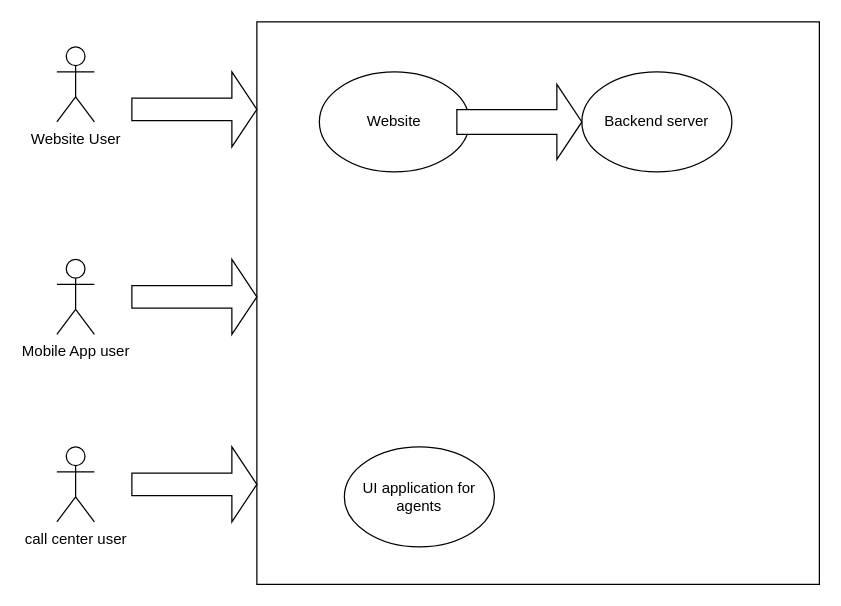
Above: Untitled Diagram.drawio in ravibabar/Assignment (draw.io), before the change. Source tidied: cells renumbered, new cells numbered last; positions are measured from the earlier drawing's top-left corner, leaving out a move shared by most shapes. Both pictures are drawn from the tidied source at 125%, with x=0, y=0 at pixel (56, 21).
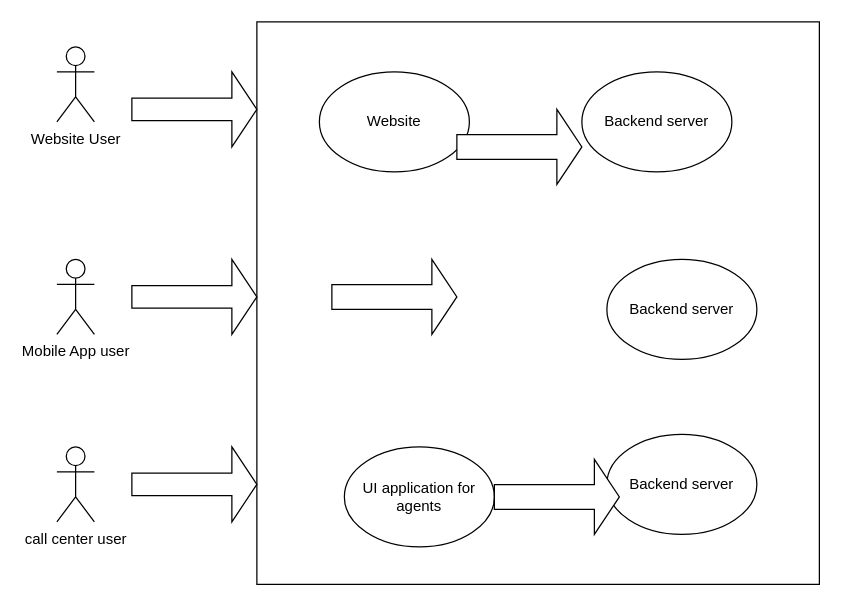
Above is the later version.

What changed in the source:
```diff
@@
 <mxGraphModel>
   <root>
     <mxCell id="0" />
     <mxCell id="1" parent="0" />
     <mxCell id="2" style="whiteSpace=wrap;html=1;" parent="1" vertex="1">
       <mxGeometry x="160" width="450" height="450" as="geometry" />
     </mxCell>
     <mxCell id="3" value="Website User&lt;br&gt;" style="shape=umlActor;verticalLabelPosition=bottom;verticalAlign=top;html=1;" parent="1" vertex="1">
       <mxGeometry y="20" width="30" height="60" as="geometry" />
     </mxCell>
     <mxCell id="4" value="Mobile App user&lt;br&gt;" style="shape=umlActor;verticalLabelPosition=bottom;verticalAlign=top;html=1;" parent="1" vertex="1">
       <mxGeometry y="190" width="30" height="60" as="geometry" />
     </mxCell>
     <mxCell id="5" value="call center user" style="shape=umlActor;verticalLabelPosition=bottom;verticalAlign=top;html=1;" parent="1" vertex="1">
       <mxGeometry y="340" width="30" height="60" as="geometry" />
     </mxCell>
     <mxCell id="6" value="Website" style="ellipse;whiteSpace=wrap;html=1;" parent="1" vertex="1">
       <mxGeometry x="210" y="40" width="120" height="80" as="geometry" />
     </mxCell>
     <mxCell id="7" value="Backend server" style="ellipse;whiteSpace=wrap;html=1;" parent="1" vertex="1">
       <mxGeometry x="420" y="40" width="120" height="80" as="geometry" />
     </mxCell>
     <mxCell id="8" value="UI application for agents" style="ellipse;whiteSpace=wrap;html=1;" parent="1" vertex="1">
       <mxGeometry x="230" y="340" width="120" height="80" as="geometry" />
     </mxCell>
     <mxCell id="9" style="shape=singleArrow;whiteSpace=wrap;html=1;" parent="1" vertex="1">
       <mxGeometry x="60" y="40" width="100" height="60" as="geometry" />
     </mxCell>
     <mxCell id="10" style="shape=singleArrow;whiteSpace=wrap;html=1;" parent="1" vertex="1">
       <mxGeometry x="60" y="190" width="100" height="60" as="geometry" />
     </mxCell>
     <mxCell id="11" style="shape=singleArrow;whiteSpace=wrap;html=1;" parent="1" vertex="1">
       <mxGeometry x="60" y="340" width="100" height="60" as="geometry" />
     </mxCell>
     <mxCell id="12" style="html=1;shadow=0;dashed=0;align=center;verticalAlign=middle;shape=mxgraph.arrows2.arrow;dy=0.67;dx=20;notch=0;" parent="1" vertex="1">
-      <mxGeometry x="320" y="50" width="100" height="60" as="geometry" />
+      <mxGeometry x="320" y="70" width="100" height="60" as="geometry" />
     </mxCell>
+    <mxCell id="13" value="Backend server" style="ellipse;whiteSpace=wrap;html=1;" parent="1" vertex="1">
+      <mxGeometry x="440" y="330" width="120" height="80" as="geometry" />
+    </mxCell>
+    <mxCell id="14" value="Backend server" style="ellipse;whiteSpace=wrap;html=1;" parent="1" vertex="1">
+      <mxGeometry x="440" y="190" width="120" height="80" as="geometry" />
+    </mxCell>
+    <mxCell id="15" style="html=1;shadow=0;dashed=0;align=center;verticalAlign=middle;shape=mxgraph.arrows2.arrow;dy=0.67;dx=20;notch=0;" parent="1" vertex="1">
+      <mxGeometry x="350" y="350" width="100" height="60" as="geometry" />
+    </mxCell>
+    <mxCell id="16" style="html=1;shadow=0;dashed=0;align=center;verticalAlign=middle;shape=mxgraph.arrows2.arrow;dy=0.67;dx=20;notch=0;" parent="1" vertex="1">
+      <mxGeometry x="220" y="190" width="100" height="60" as="geometry" />
+    </mxCell>
   </root>
 </mxGraphModel>
```
